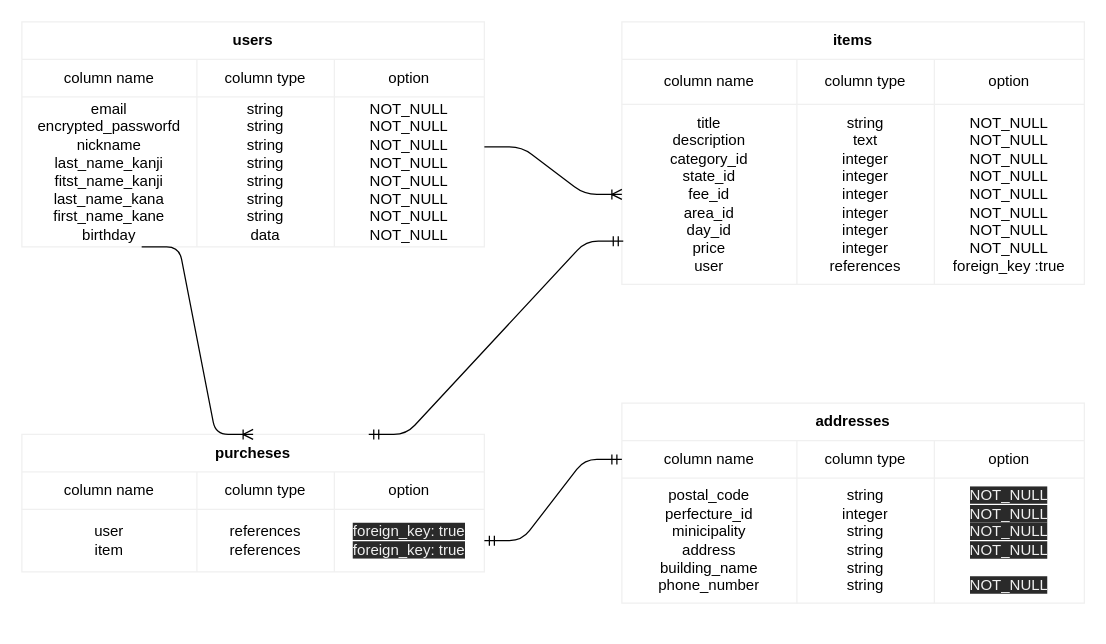
This is ER.dio from TAKAE1117/furima-31915, a draw.io file, before an edit. Source tidied: cells renumbered, new cells numbered last; positions are measured from the earlier drawing's top-left corner, leaving out a move shared by most shapes. Both pictures are drawn from the tidied source at 125%, with x=0, y=0 at pixel (21, 21).
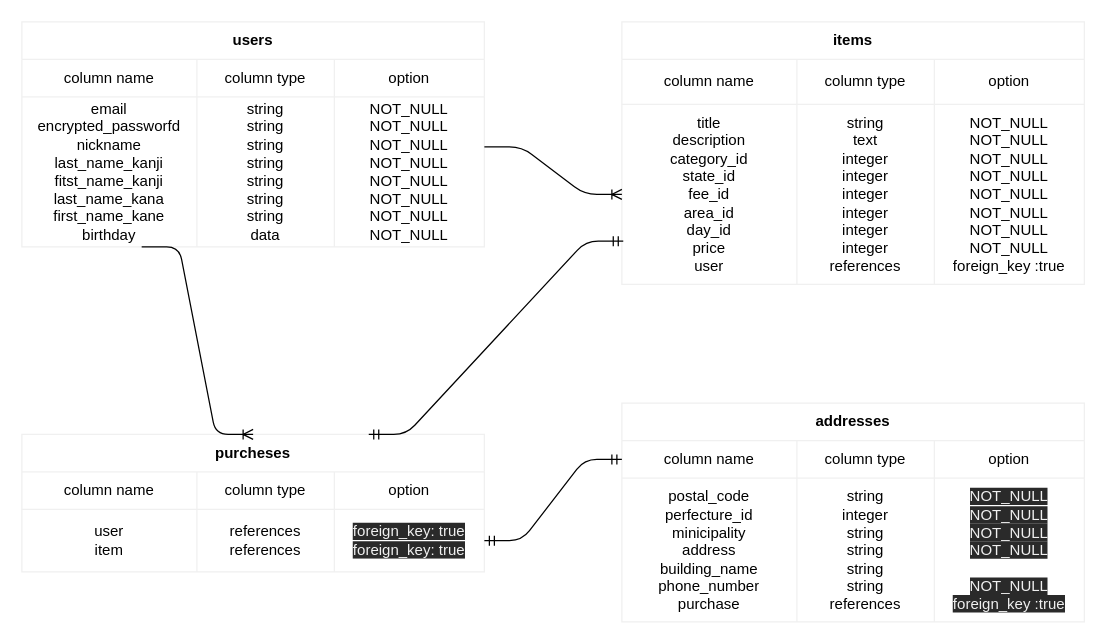
After the change.

Commit message (it also covers changes not shown here):
foreign key settings

What changed in the source:
```diff
@@
     <mxCell id="29" value="addresses" style="shape=table;html=1;whiteSpace=wrap;startSize=30;childLayout=tableLayout;fontStyle=1;align=center;strokeColor=#f0f0f0;" parent="1" vertex="1">
-      <mxGeometry x="480" y="305" width="370" height="160" as="geometry" />
+      <mxGeometry x="480" y="305" width="370" height="175" as="geometry" />
     </mxCell>
@@
     <mxCell id="34" style="shape=partialRectangle;html=1;whiteSpace=wrap;fillColor=none;top=0;left=0;bottom=0;right=0;" parent="29" vertex="1">
-      <mxGeometry y="60" width="370" height="100" as="geometry" />
+      <mxGeometry y="60" width="370" height="115" as="geometry" />
     </mxCell>
-    <mxCell id="35" value="postal_code&lt;br&gt;perfecture_id&lt;br&gt;minicipality&lt;br&gt;address&lt;br&gt;building_name&lt;br&gt;phone_number" style="shape=partialRectangle;html=1;whiteSpace=wrap;fillColor=none;top=0;left=0;bottom=0;right=0;overflow=hidden;" parent="34" vertex="1">
-      <mxGeometry width="140" height="100" as="geometry" />
+    <mxCell id="35" value="postal_code&lt;br&gt;perfecture_id&lt;br&gt;minicipality&lt;br&gt;address&lt;br&gt;building_name&lt;br&gt;phone_number&lt;br&gt;purchase" style="shape=partialRectangle;html=1;whiteSpace=wrap;fillColor=none;top=0;left=0;bottom=0;right=0;overflow=hidden;" parent="34" vertex="1">
+      <mxGeometry width="140" height="115" as="geometry" />
     </mxCell>
-    <mxCell id="36" value="string&lt;br&gt;integer&lt;br&gt;string&lt;br&gt;string&lt;br&gt;string&lt;br&gt;string" style="shape=partialRectangle;html=1;whiteSpace=wrap;fillColor=none;top=0;left=0;bottom=0;right=0;overflow=hidden;" parent="34" vertex="1">
-      <mxGeometry x="140" width="110" height="100" as="geometry" />
+    <mxCell id="36" value="string&lt;br&gt;integer&lt;br&gt;string&lt;br&gt;string&lt;br&gt;string&lt;br&gt;string&lt;br&gt;references" style="shape=partialRectangle;html=1;whiteSpace=wrap;fillColor=none;top=0;left=0;bottom=0;right=0;overflow=hidden;" parent="34" vertex="1">
+      <mxGeometry x="140" width="110" height="115" as="geometry" />
     </mxCell>
-    <mxCell id="37" value="&lt;span style=&quot;color: rgb(240 , 240 , 240) ; font-family: &amp;#34;helvetica&amp;#34; ; font-size: 12px ; font-style: normal ; font-weight: 400 ; letter-spacing: normal ; text-align: center ; text-indent: 0px ; text-transform: none ; word-spacing: 0px ; background-color: rgb(42 , 42 , 42) ; display: inline ; float: none&quot;&gt;NOT_NULL&lt;br&gt;NOT_NULL&lt;br&gt;NOT_NULL&lt;br&gt;NOT_NULL&lt;br&gt;&lt;br&gt;NOT_NULL&lt;br&gt;&lt;/span&gt;" style="shape=partialRectangle;html=1;whiteSpace=wrap;fillColor=none;top=0;left=0;bottom=0;right=0;overflow=hidden;" parent="34" vertex="1">
-      <mxGeometry x="250" width="120" height="100" as="geometry" />
+    <mxCell id="37" value="&lt;span style=&quot;color: rgb(240 , 240 , 240) ; font-family: &amp;#34;helvetica&amp;#34; ; font-size: 12px ; font-style: normal ; font-weight: 400 ; letter-spacing: normal ; text-align: center ; text-indent: 0px ; text-transform: none ; word-spacing: 0px ; background-color: rgb(42 , 42 , 42) ; display: inline ; float: none&quot;&gt;NOT_NULL&lt;br&gt;NOT_NULL&lt;br&gt;NOT_NULL&lt;br&gt;NOT_NULL&lt;br&gt;&lt;br&gt;NOT_NULL&lt;br&gt;foreign_key :true&lt;br&gt;&lt;/span&gt;" style="shape=partialRectangle;html=1;whiteSpace=wrap;fillColor=none;top=0;left=0;bottom=0;right=0;overflow=hidden;" parent="34" vertex="1">
+      <mxGeometry x="250" width="120" height="115" as="geometry" />
     </mxCell>
```
